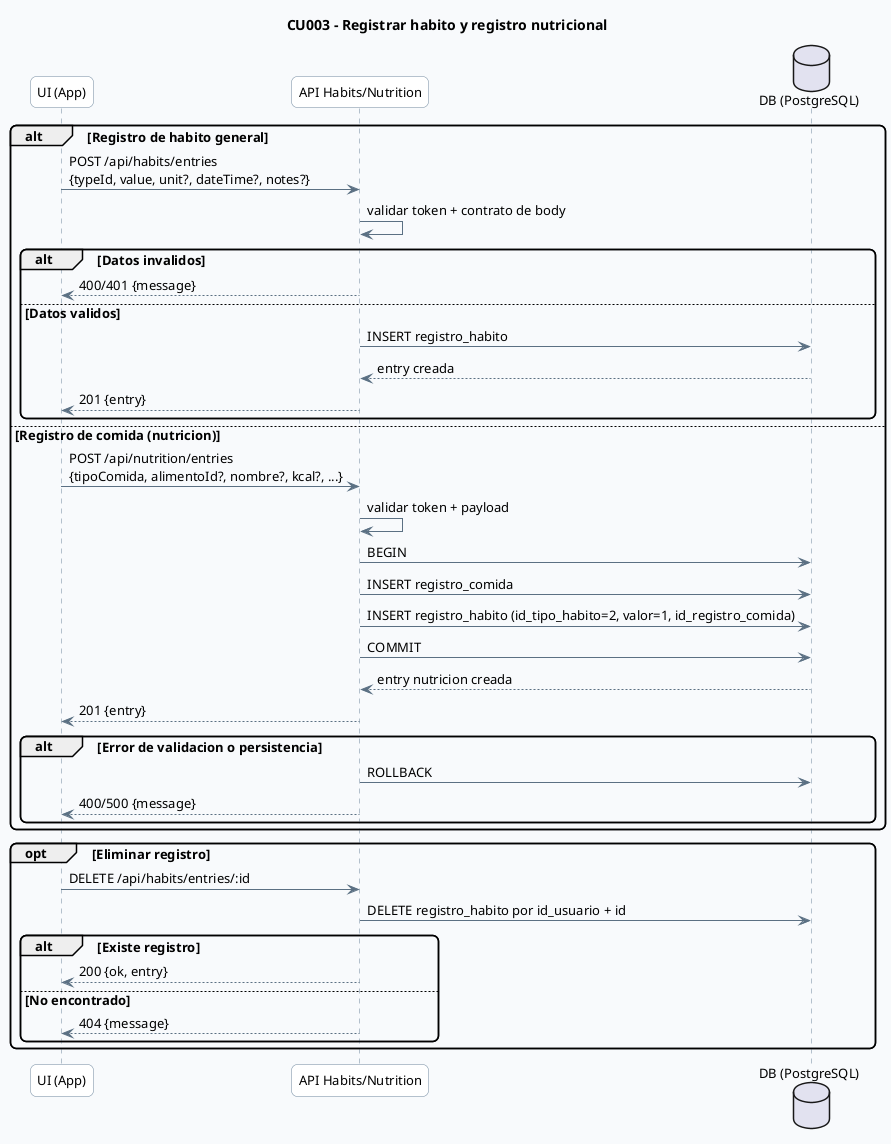
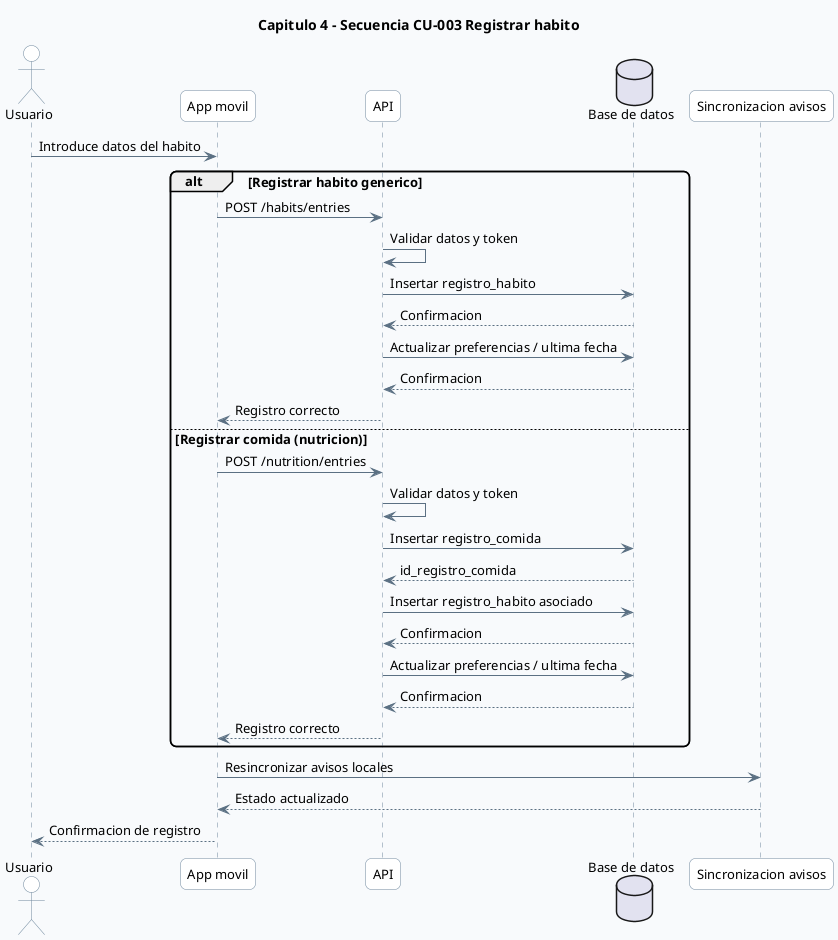
﻿@startuml
- ' CAP4 - 04 Secuencia CU003 Registro de Habito
+ ' CAP4 - 04 Secuencia CU-003 Registrar habito

skinparam backgroundColor #F8FAFC
skinparam shadowing false
skinparam roundcorner 12
skinparam defaultFontName Segoe UI
skinparam defaultFontSize 13
skinparam ArrowColor #5B7083
skinparam ArrowThickness 1
- skinparam sequence {
-   LifeLineBorderColor #6E879D
-   LifeLineBackgroundColor #FFFFFF
-   ParticipantBorderColor #6E879D
-   ParticipantBackgroundColor #FFFFFF
- }
+ skinparam sequenceLifeLineBorderColor #6E879D
+ skinparam sequenceLifeLineBackgroundColor #FFFFFF
+ skinparam participantBorderColor #6E879D
+ skinparam participantBackgroundColor #FFFFFF
+ skinparam actorBorderColor #6E879D
+ skinparam actorBackgroundColor #FFFFFF
skinparam noteBackgroundColor #FFF9E6
skinparam noteBorderColor #D7C58A

- title CU003 - Registrar habito y registro nutricional
+ title Capitulo 4 - Secuencia CU-003 Registrar habito

- participant "UI (App)" as UI
- participant "API Habits/Nutrition" as API
- database "DB (PostgreSQL)" as DB
+ actor Usuario
+ participant "App movil" as App
+ participant "API" as API
+ database "Base de datos" as DB
+ participant "Sincronizacion avisos" as Avisos

- alt Registro de habito general
-   UI -> API: POST /api/habits/entries\n{typeId, value, unit?, dateTime?, notes?}
-   API -> API: validar token + contrato de body
-   alt Datos invalidos
-     API --> UI: 400/401 {message}
-   else Datos validos
-     API -> DB: INSERT registro_habito
-     DB --> API: entry creada
-     API --> UI: 201 {entry}
-   end
+ Usuario -> App : Introduce datos del habito

- else Registro de comida (nutricion)
-   UI -> API: POST /api/nutrition/entries\n{tipoComida, alimentoId?, nombre?, kcal?, ...}
-   API -> API: validar token + payload
-   API -> DB: BEGIN
-   API -> DB: INSERT registro_comida
-   API -> DB: INSERT registro_habito (id_tipo_habito=2, valor=1, id_registro_comida)
-   API -> DB: COMMIT
-   DB --> API: entry nutricion creada
-   API --> UI: 201 {entry}
- 
-   alt Error de validacion o persistencia
-     API -> DB: ROLLBACK
-     API --> UI: 400/500 {message}
-   end
+ alt Registrar habito generico
+     App -> API : POST /habits/entries
+     API -> API : Validar datos y token
+     API -> DB : Insertar registro_habito
+     DB --> API : Confirmacion
+     API -> DB : Actualizar preferencias / ultima fecha
+     DB --> API : Confirmacion
+     API --> App : Registro correcto
+ else Registrar comida (nutricion)
+     App -> API : POST /nutrition/entries
+     API -> API : Validar datos y token
+     API -> DB : Insertar registro_comida
+     DB --> API : id_registro_comida
+     API -> DB : Insertar registro_habito asociado
+     DB --> API : Confirmacion
+     API -> DB : Actualizar preferencias / ultima fecha
+     DB --> API : Confirmacion
+     API --> App : Registro correcto
end

- opt Eliminar registro
-   UI -> API: DELETE /api/habits/entries/:id
-   API -> DB: DELETE registro_habito por id_usuario + id
-   alt Existe registro
-     API --> UI: 200 {ok, entry}
-   else No encontrado
-     API --> UI: 404 {message}
-   end
- end
- /'
- note over API,DB
- En nutricion la creacion es transaccional para mantener
- consistencia entre registro_comida y registro_habito.
- end note'/
+ App -> Avisos : Resincronizar avisos locales
+ Avisos --> App : Estado actualizado
+ App --> Usuario : Confirmacion de registro

- @enduml
+ @enduml